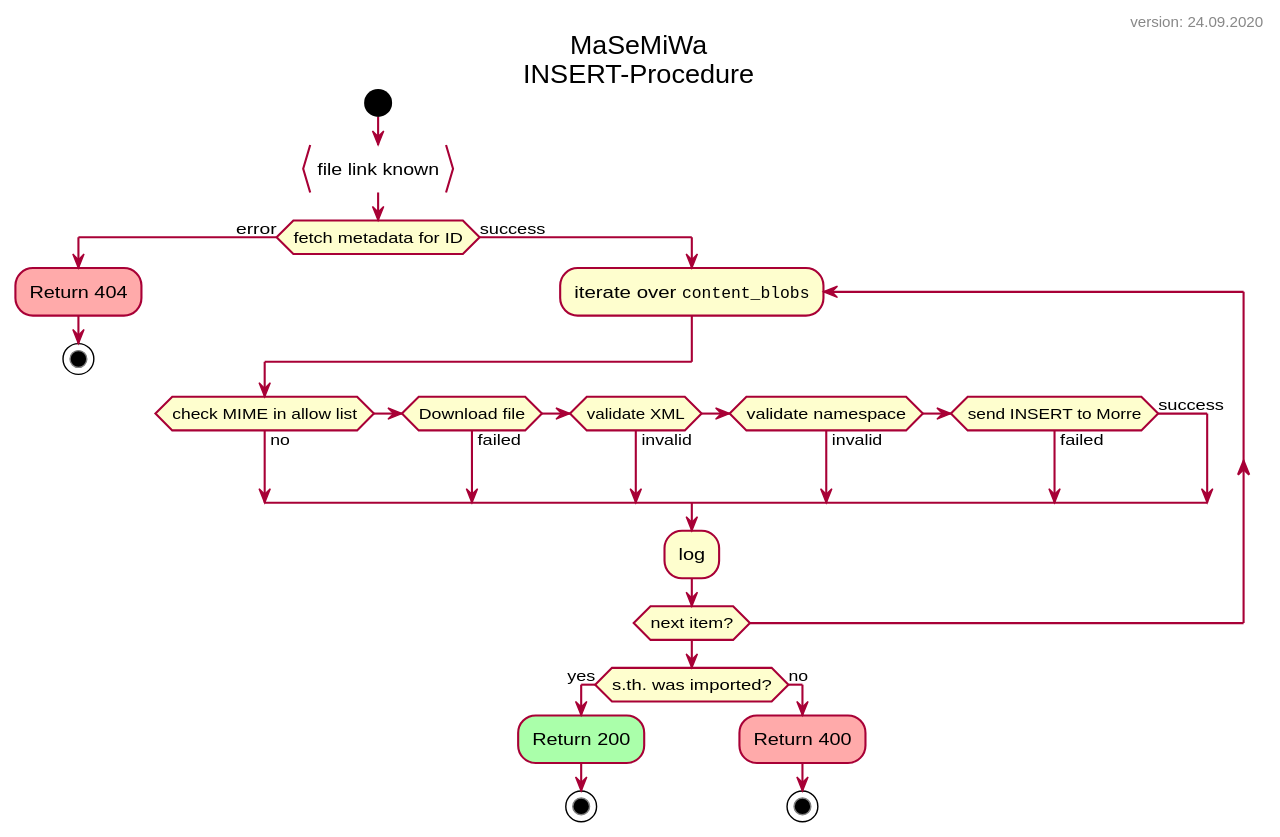
This is dev/uml/activity_insert.svg from MaSyMoS/masymos-seek-middleware, a PlantUML export, as it was before one commit.
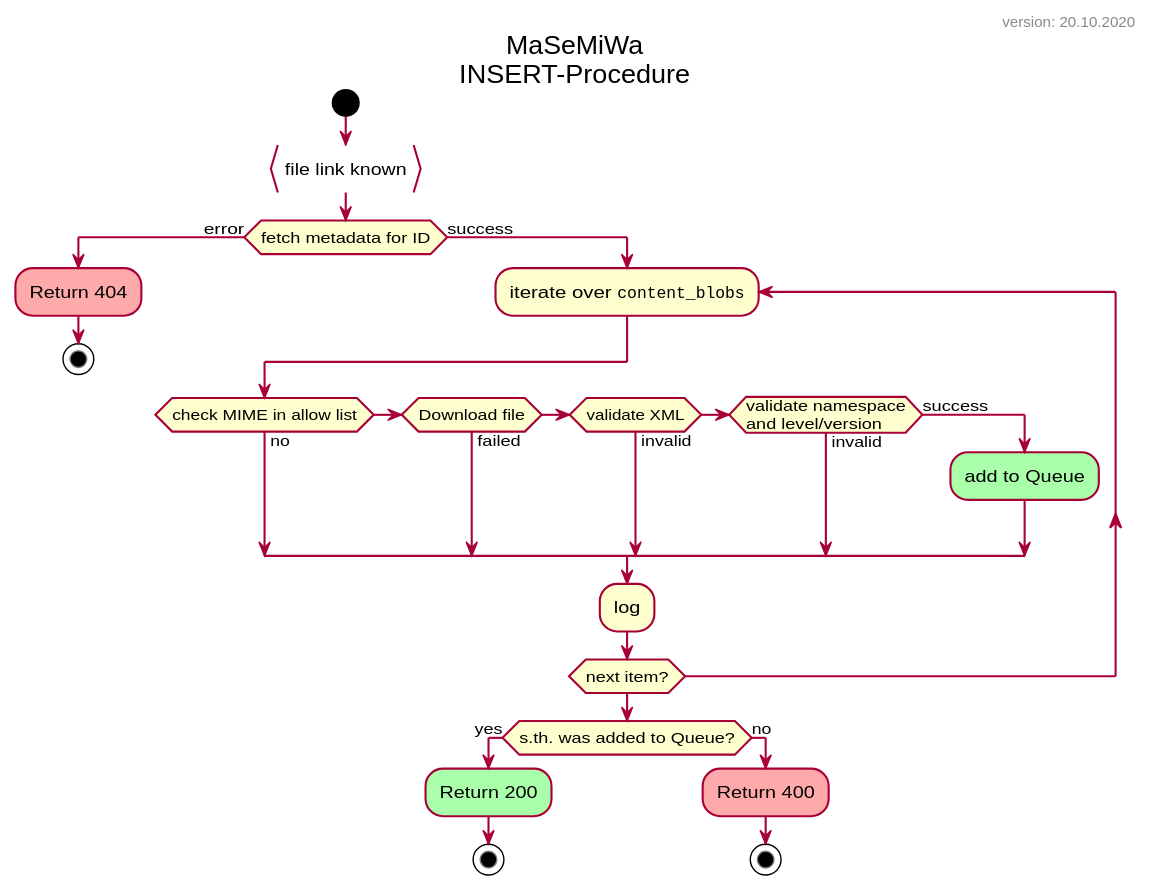
After the change.

Diff of the diagram source:
```diff
@@ -33,18 +33,17 @@
             file_failed()
         elseif (validate XML) then (invalid)
             file_failed()
-        elseif (validate namespace) then (invalid)
-            file_failed()
-        elseif (send INSERT to Morre) then (failed)
+        elseif (validate namespace\nand level/version) then (invalid)
             file_failed()
         else (success)
+            #afa:add to Queue;
         endif
 
         :log;
 
     repeat while (next item?)
 
-    if (s.th. was imported?) then (yes)
+    if (s.th. was added to Queue?) then (yes)
         stopsuccess(Return 200)
     else (no)
         stoperror(Return 400)
```
